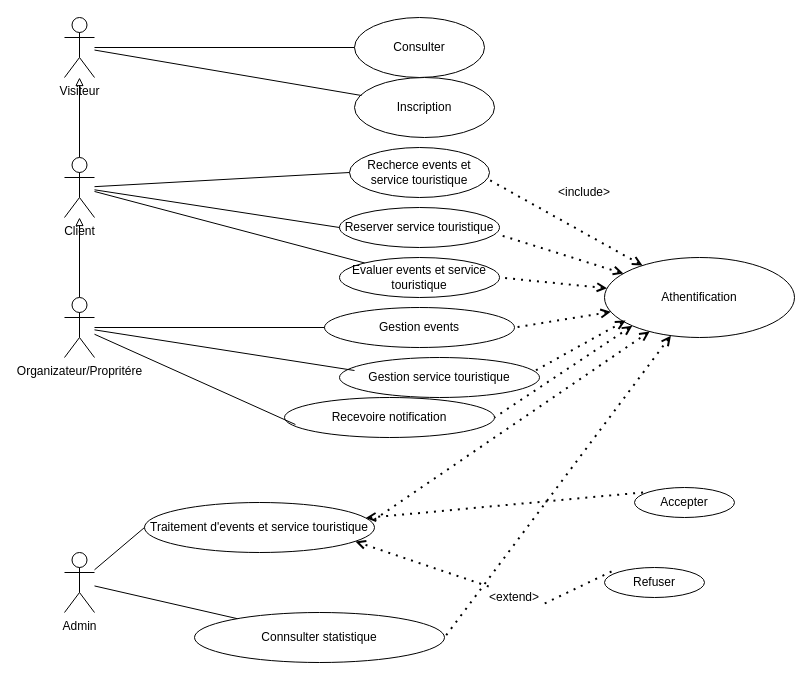
Before: Conception/Diagramme sans nom.drawio in OussemaChercheri/CII2-DMWM-A, a draw.io diagram. Source tidied: cells renumbered, new cells numbered last; positions are measured from the earlier drawing's top-left corner, leaving out a move shared by most shapes. Both pictures are drawn from the tidied source at 100%, with x=0, y=0 at pixel (64, 17).
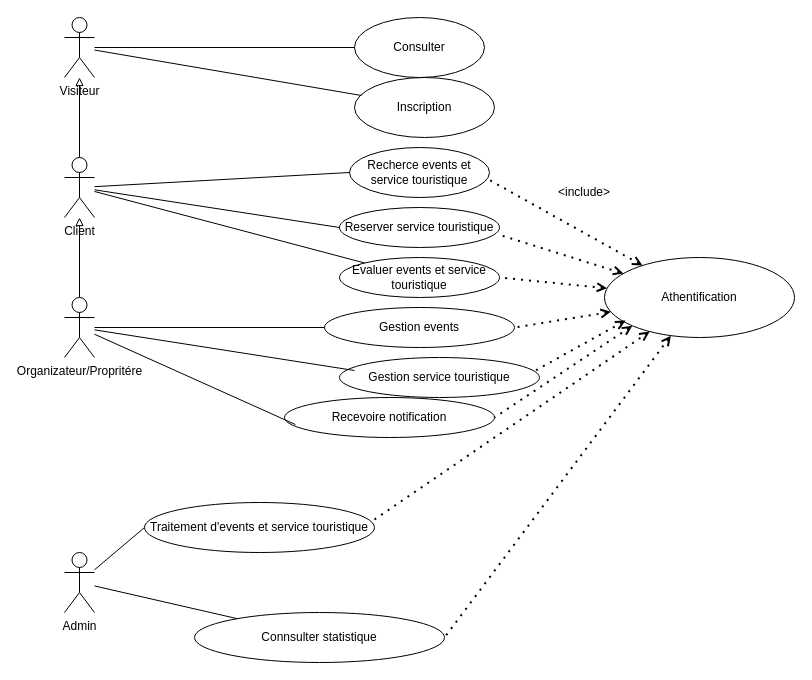
Above is the later version.

Unchanged cells that the change refers to:
```xml
<mxCell id="24" value="Traitement d'events et service touristique" style="ellipse;whiteSpace=wrap;html=1;" parent="1" vertex="1">
  <mxGeometry x="80" y="485" width="230" height="50" as="geometry" />
</mxCell>
```

The edit, as a diff of the source:
```diff
@@
-    <mxCell id="25" value="Accepter" style="ellipse;whiteSpace=wrap;html=1;" parent="1" vertex="1">
-      <mxGeometry x="570" y="470" width="100" height="30" as="geometry" />
-    </mxCell>
-    <mxCell id="26" value="Refuser" style="ellipse;whiteSpace=wrap;html=1;" parent="1" vertex="1">
-      <mxGeometry x="540" y="550" width="100" height="30" as="geometry" />
-    </mxCell>
@@
-    <mxCell id="30" style="endArrow=none;dashed=1;html=1;dashPattern=1 3;strokeWidth=2;rounded=0;entryX=0;entryY=0;entryDx=0;entryDy=0;endFill=0;startArrow=open;startFill=0;" parent="1" edge="1" source="24" target="25">
-      <mxGeometry relative="1" as="geometry" />
-    </mxCell>
-    <mxCell id="31" style="endArrow=open;dashed=1;html=1;dashPattern=1 3;strokeWidth=2;rounded=0;exitX=0.07;exitY=0.133;exitDx=0;exitDy=0;exitPerimeter=0;entryX=0.917;entryY=0.78;entryDx=0;entryDy=0;entryPerimeter=0;endFill=0;" parent="1" edge="1" source="43" target="24">
-      <mxGeometry relative="1" as="geometry" />
-    </mxCell>
@@
-    <mxCell id="42" style="endArrow=none;dashed=1;html=1;dashPattern=1 3;strokeWidth=2;rounded=0;exitX=0.07;exitY=0.133;exitDx=0;exitDy=0;exitPerimeter=0;entryX=0.917;entryY=0.78;entryDx=0;entryDy=0;entryPerimeter=0;endFill=0;startArrow=none;startFill=0;" parent="1" edge="1" source="26" target="43">
-      <mxGeometry relative="1" as="geometry" />
-    </mxCell>
-    <mxCell id="43" value="&amp;lt;extend&amp;gt;" style="text;html=1;strokeColor=none;fillColor=none;align=center;verticalAlign=middle;whiteSpace=wrap;rounded=0;" parent="1" vertex="1">
-      <mxGeometry x="420" y="565" width="60" height="30" as="geometry" />
-    </mxCell>
```
